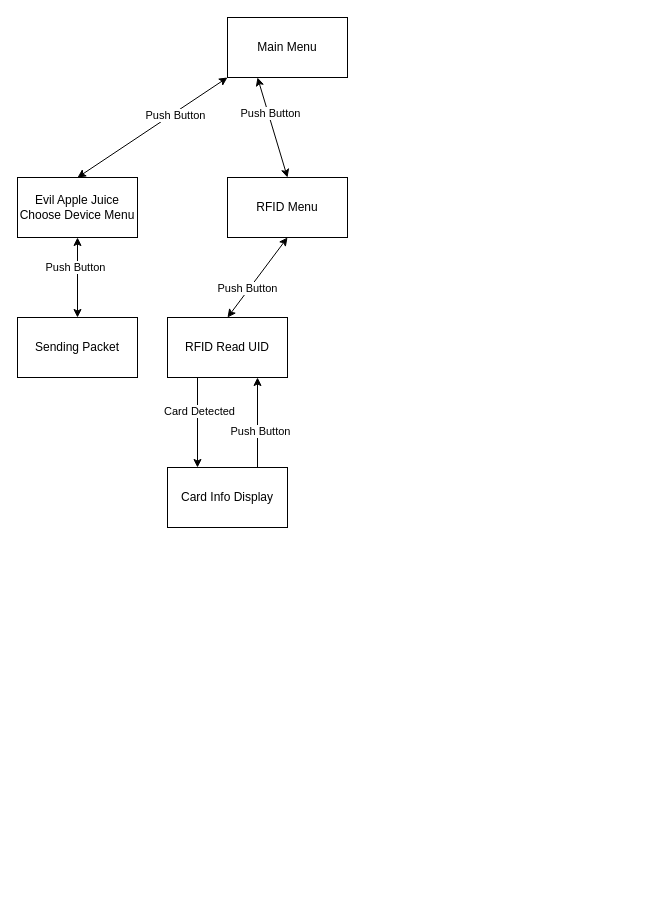
Before: 未命名绘图.drawio in KILLERWHOPPER/CyberSaber, a draw.io diagram. Source tidied: cells renumbered, new cells numbered last; positions are measured from the earlier drawing's top-left corner, leaving out a move shared by most shapes. Both pictures are drawn from the tidied source at 100%, with x=0, y=0 at pixel (17, 17).
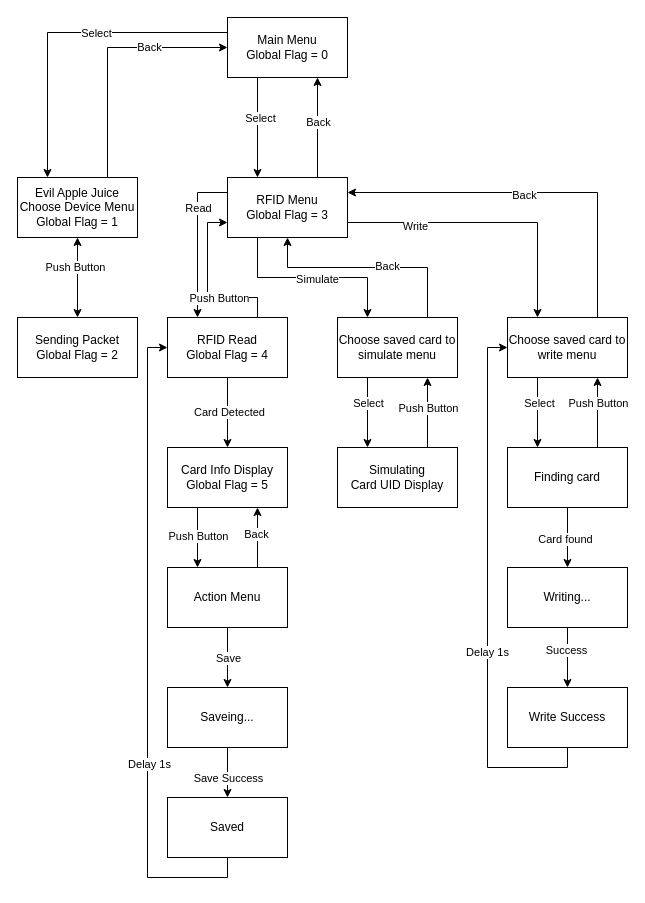
The same diagram, later.

Commit message:
update ui flow chart

Diff of the diagram source:
```diff
@@
+    <mxCell id="20" style="edgeStyle=orthogonalEdgeStyle;rounded=0;jettySize=auto;html=1;exitX=0;exitY=0.25;exitDx=0;exitDy=0;entryX=0.25;entryY=0;entryDx=0;entryDy=0;" parent="1" edge="1" source="2" target="3">
+      <mxGeometry relative="1" as="geometry" />
+    </mxCell>
+    <mxCell id="21" value="Select" style="edgeLabel;html=1;align=center;verticalAlign=middle;" parent="20" vertex="1">
+      <mxGeometry x="-0.19" y="1" relative="1" as="geometry" />
+    </mxCell>
+    <mxCell id="22" style="edgeStyle=orthogonalEdgeStyle;rounded=0;jettySize=auto;html=1;exitX=0.25;exitY=1;exitDx=0;exitDy=0;entryX=0.25;entryY=0;entryDx=0;entryDy=0;" parent="1" edge="1" source="2" target="5">
+      <mxGeometry relative="1" as="geometry" />
+    </mxCell>
+    <mxCell id="23" value="Select" style="edgeLabel;html=1;align=center;verticalAlign=middle;" parent="22" vertex="1">
+      <mxGeometry x="-0.23" y="2" relative="1" as="geometry">
+        <mxPoint y="1" as="offset" />
+      </mxGeometry>
+    </mxCell>
-    <mxCell id="2" value="Main Menu" style="rounded=0;whiteSpace=wrap;html=1;" parent="1" vertex="1">
+    <mxCell id="2" value="Main Menu&lt;br&gt;Global Flag = 0" style="rounded=0;whiteSpace=wrap;html=1;" parent="1" vertex="1">
       <mxGeometry x="210" width="120" height="60" as="geometry" />
     </mxCell>
+    <mxCell id="6" style="edgeStyle=orthogonalEdgeStyle;rounded=0;jettySize=auto;html=1;exitX=0.75;exitY=0;exitDx=0;exitDy=0;entryX=0;entryY=0.5;entryDx=0;entryDy=0;" parent="1" edge="1" source="3" target="2">
+      <mxGeometry relative="1" as="geometry" />
+    </mxCell>
+    <mxCell id="24" value="Back" style="edgeLabel;html=1;align=center;verticalAlign=middle;" parent="6" vertex="1">
+      <mxGeometry x="0.37" y="1" relative="1" as="geometry" />
+    </mxCell>
-    <mxCell id="3" value="Evil Apple Juice&lt;br&gt;Choose Device Menu" style="rounded=0;whiteSpace=wrap;html=1;" parent="1" vertex="1">
+    <mxCell id="3" value="Evil Apple Juice&lt;br&gt;Choose Device Menu&lt;br&gt;Global Flag = 1" style="rounded=0;whiteSpace=wrap;html=1;" parent="1" vertex="1">
       <mxGeometry y="160" width="120" height="60" as="geometry" />
     </mxCell>
-    <mxCell id="4" value="Sending Packet" style="rounded=0;whiteSpace=wrap;html=1;" parent="1" vertex="1">
+    <mxCell id="4" value="Sending Packet&lt;br&gt;Global Flag = 2" style="rounded=0;whiteSpace=wrap;html=1;" parent="1" vertex="1">
       <mxGeometry y="300" width="120" height="60" as="geometry" />
     </mxCell>
+    <mxCell id="10" style="edgeStyle=orthogonalEdgeStyle;rounded=0;jettySize=auto;html=1;exitX=0.75;exitY=0;exitDx=0;exitDy=0;entryX=0.75;entryY=1;entryDx=0;entryDy=0;" parent="1" edge="1" source="5" target="2">
+      <mxGeometry relative="1" as="geometry" />
+    </mxCell>
+    <mxCell id="25" value="Back" style="edgeLabel;html=1;align=center;verticalAlign=middle;" parent="10" vertex="1">
+      <mxGeometry x="0.11" y="4" relative="1" as="geometry">
+        <mxPoint x="4" as="offset" />
+      </mxGeometry>
+    </mxCell>
+    <mxCell id="15" style="edgeStyle=orthogonalEdgeStyle;rounded=0;jettySize=auto;html=1;exitX=0;exitY=0.25;exitDx=0;exitDy=0;entryX=0.25;entryY=0;entryDx=0;entryDy=0;" parent="1" edge="1" source="5" target="14">
+      <mxGeometry relative="1" as="geometry" />
+    </mxCell>
+    <mxCell id="26" value="Read" style="edgeLabel;html=1;align=center;verticalAlign=middle;" parent="15" vertex="1">
+      <mxGeometry x="0.27" relative="1" as="geometry">
+        <mxPoint y="-53" as="offset" />
+      </mxGeometry>
+    </mxCell>
+    <mxCell id="27" style="edgeStyle=orthogonalEdgeStyle;rounded=0;jettySize=auto;html=1;exitX=0.25;exitY=1;exitDx=0;exitDy=0;entryX=0.25;entryY=0;entryDx=0;entryDy=0;" parent="1" edge="1" source="5" target="50">
+      <mxGeometry relative="1" as="geometry">
+        <Array as="points">
+          <mxPoint x="240" y="260" />
+          <mxPoint x="350" y="260" />
+        </Array>
+      </mxGeometry>
+    </mxCell>
+    <mxCell id="28" value="Simulate" style="edgeLabel;html=1;align=center;verticalAlign=middle;" parent="27" vertex="1">
+      <mxGeometry x="0.13" y="-1" relative="1" as="geometry">
+        <mxPoint x="-8" as="offset" />
+      </mxGeometry>
+    </mxCell>
+    <mxCell id="29" style="edgeStyle=orthogonalEdgeStyle;rounded=0;jettySize=auto;html=1;exitX=1;exitY=0.75;exitDx=0;exitDy=0;entryX=0.25;entryY=0;entryDx=0;entryDy=0;" parent="1" edge="1" source="5" target="58">
+      <mxGeometry relative="1" as="geometry" />
+    </mxCell>
+    <mxCell id="30" value="Write" style="edgeLabel;html=1;align=center;verticalAlign=middle;" parent="29" vertex="1">
+      <mxGeometry x="-0.53" y="-3" relative="1" as="geometry" />
+    </mxCell>
-    <mxCell id="5" value="RFID Menu" style="rounded=0;whiteSpace=wrap;html=1;" parent="1" vertex="1">
+    <mxCell id="5" value="RFID Menu&lt;br&gt;Global Flag = 3" style="rounded=0;whiteSpace=wrap;html=1;" parent="1" vertex="1">
       <mxGeometry x="210" y="160" width="120" height="60" as="geometry" />
     </mxCell>
-    <mxCell id="6" style="endArrow=classic;startArrow=classic;html=1;rounded=0;exitX=0.5;exitY=0;exitDx=0;exitDy=0;entryX=0;entryY=1;entryDx=0;entryDy=0;" parent="1" edge="1" source="3" target="2">
-      <mxGeometry relative="1" as="geometry" />
-    </mxCell>
-    <mxCell id="7" value="Push Button" style="edgeLabel;html=1;align=center;verticalAlign=middle;" parent="6" vertex="1">
-      <mxGeometry x="0.29" y="-2" relative="1" as="geometry" />
-    </mxCell>
@@
-    <mxCell id="10" style="endArrow=classic;startArrow=classic;html=1;rounded=0;exitX=0.5;exitY=0;exitDx=0;exitDy=0;entryX=0.25;entryY=1;entryDx=0;entryDy=0;" parent="1" edge="1" source="5" target="2">
-      <mxGeometry relative="1" as="geometry" />
-    </mxCell>
-    <mxCell id="11" value="Push Button" style="edgeLabel;html=1;align=center;verticalAlign=middle;" parent="10" vertex="1">
-      <mxGeometry x="0.29" y="-2" relative="1" as="geometry" />
-    </mxCell>
-    <mxCell id="12" style="edgeStyle=orthogonalEdgeStyle;rounded=0;jettySize=auto;html=1;exitX=0.25;exitY=1;exitDx=0;exitDy=0;entryX=0.25;entryY=0;entryDx=0;entryDy=0;" parent="1" edge="1" source="14" target="19">
+    <mxCell id="12" style="edgeStyle=orthogonalEdgeStyle;rounded=0;jettySize=auto;html=1;entryX=0.5;entryY=0;entryDx=0;entryDy=0;exitX=0.5;exitY=1;exitDx=0;exitDy=0;" parent="1" edge="1" source="14" target="19">
       <mxGeometry relative="1" as="geometry" />
     </mxCell>
     <mxCell id="13" value="Card Detected" style="edgeLabel;html=1;align=center;verticalAlign=middle;" parent="12" vertex="1">
       <mxGeometry x="-0.45" y="1" relative="1" as="geometry">
-        <mxPoint y="8" as="offset" />
+        <mxPoint y="15" as="offset" />
       </mxGeometry>
     </mxCell>
+    <mxCell id="31" style="edgeStyle=orthogonalEdgeStyle;rounded=0;jettySize=auto;html=1;exitX=0.75;exitY=0;exitDx=0;exitDy=0;entryX=0;entryY=0.75;entryDx=0;entryDy=0;" parent="1" edge="1" source="14" target="5">
+      <mxGeometry relative="1" as="geometry">
+        <Array as="points">
+          <mxPoint x="240" y="280" />
+          <mxPoint x="190" y="280" />
+          <mxPoint x="190" y="205" />
+        </Array>
+      </mxGeometry>
+    </mxCell>
+    <mxCell id="32" value="Push Button" style="edgeLabel;html=1;align=center;verticalAlign=middle;" parent="31" vertex="1">
+      <mxGeometry x="-0.15" y="-1" relative="1" as="geometry">
+        <mxPoint x="10" as="offset" />
+      </mxGeometry>
+    </mxCell>
-    <mxCell id="14" value="RFID Read UID" style="rounded=0;whiteSpace=wrap;html=1;" parent="1" vertex="1">
+    <mxCell id="14" value="RFID Read&lt;br&gt;Global Flag = 4" style="rounded=0;whiteSpace=wrap;html=1;" parent="1" vertex="1">
       <mxGeometry x="150" y="300" width="120" height="60" as="geometry" />
     </mxCell>
-    <mxCell id="15" style="endArrow=classic;startArrow=classic;html=1;rounded=0;exitX=0.5;exitY=1;exitDx=0;exitDy=0;entryX=0.5;entryY=0;entryDx=0;entryDy=0;" parent="1" edge="1" source="5" target="14">
-      <mxGeometry relative="1" as="geometry" />
-    </mxCell>
-    <mxCell id="16" value="Push Button" style="edgeLabel;html=1;align=center;verticalAlign=middle;" parent="15" vertex="1">
-      <mxGeometry x="0.29" y="-2" relative="1" as="geometry" />
-    </mxCell>
-    <mxCell id="17" style="edgeStyle=orthogonalEdgeStyle;rounded=0;jettySize=auto;html=1;exitX=0.75;exitY=0;exitDx=0;exitDy=0;entryX=0.75;entryY=1;entryDx=0;entryDy=0;" parent="1" edge="1" source="19" target="14">
-      <mxGeometry relative="1" as="geometry" />
-    </mxCell>
-    <mxCell id="18" value="Push Button" style="edgeLabel;html=1;align=center;verticalAlign=middle;" parent="17" vertex="1">
-      <mxGeometry x="0.42" y="-2" relative="1" as="geometry">
-        <mxPoint y="27" as="offset" />
-      </mxGeometry>
-    </mxCell>
+    <mxCell id="33" style="edgeStyle=orthogonalEdgeStyle;rounded=0;jettySize=auto;html=1;exitX=0.25;exitY=1;exitDx=0;exitDy=0;entryX=0.25;entryY=0;entryDx=0;entryDy=0;" parent="1" edge="1" source="19" target="39">
+      <mxGeometry relative="1" as="geometry" />
+    </mxCell>
+    <mxCell id="34" value="Push Button" style="edgeLabel;html=1;align=center;verticalAlign=middle;" parent="33" vertex="1">
+      <mxGeometry x="-0.08" relative="1" as="geometry" />
+    </mxCell>
-    <mxCell id="19" value="Card Info Display" style="rounded=0;whiteSpace=wrap;html=1;" parent="1" vertex="1">
-      <mxGeometry x="150" y="450" width="120" height="60" as="geometry" />
+    <mxCell id="19" value="Card Info Display&lt;br&gt;Global Flag = 5" style="rounded=0;whiteSpace=wrap;html=1;" parent="1" vertex="1">
+      <mxGeometry x="150" y="430" width="120" height="60" as="geometry" />
     </mxCell>
+    <mxCell id="35" style="edgeStyle=orthogonalEdgeStyle;rounded=0;jettySize=auto;html=1;exitX=0.75;exitY=0;exitDx=0;exitDy=0;entryX=0.75;entryY=1;entryDx=0;entryDy=0;" parent="1" edge="1" source="39" target="19">
+      <mxGeometry relative="1" as="geometry" />
+    </mxCell>
+    <mxCell id="36" value="Back" style="edgeLabel;html=1;align=center;verticalAlign=middle;" parent="35" vertex="1">
+      <mxGeometry x="0.13" y="2" relative="1" as="geometry" />
+    </mxCell>
+    <mxCell id="37" style="edgeStyle=orthogonalEdgeStyle;rounded=0;jettySize=auto;html=1;exitX=0.5;exitY=1;exitDx=0;exitDy=0;entryX=0.5;entryY=0;entryDx=0;entryDy=0;" parent="1" edge="1" source="39" target="42">
+      <mxGeometry relative="1" as="geometry" />
+    </mxCell>
+    <mxCell id="38" value="Save" style="edgeLabel;html=1;align=center;verticalAlign=middle;" parent="37" vertex="1">
+      <mxGeometry x="0.24" y="-3" relative="1" as="geometry">
+        <mxPoint x="3" y="-7" as="offset" />
+      </mxGeometry>
+    </mxCell>
+    <mxCell id="39" value="Action Menu" style="whiteSpace=wrap;html=1;" parent="1" vertex="1">
+      <mxGeometry x="150" y="550" width="120" height="60" as="geometry" />
+    </mxCell>
+    <mxCell id="40" style="edgeStyle=orthogonalEdgeStyle;rounded=0;jettySize=auto;html=1;exitX=0.5;exitY=1;exitDx=0;exitDy=0;" parent="1" edge="1" source="42" target="45">
+      <mxGeometry relative="1" as="geometry" />
+    </mxCell>
+    <mxCell id="41" value="Save Success" style="edgeLabel;html=1;align=center;verticalAlign=middle;" parent="40" vertex="1">
+      <mxGeometry x="-0.47" y="-3" relative="1" as="geometry">
+        <mxPoint x="3" y="17" as="offset" />
+      </mxGeometry>
+    </mxCell>
+    <mxCell id="42" value="Saveing..." style="rounded=0;whiteSpace=wrap;html=1;" parent="1" vertex="1">
+      <mxGeometry x="150" y="670" width="120" height="60" as="geometry" />
+    </mxCell>
+    <mxCell id="43" style="edgeStyle=orthogonalEdgeStyle;rounded=0;jettySize=auto;html=1;exitX=0.5;exitY=1;exitDx=0;exitDy=0;entryX=0;entryY=0.5;entryDx=0;entryDy=0;" parent="1" edge="1" source="45" target="14">
+      <mxGeometry relative="1" as="geometry" />
+    </mxCell>
+    <mxCell id="44" value="Delay 1s" style="edgeLabel;html=1;align=center;verticalAlign=middle;" parent="43" vertex="1">
+      <mxGeometry x="-0.34" y="-1" relative="1" as="geometry" />
+    </mxCell>
+    <mxCell id="45" value="Saved" style="rounded=0;whiteSpace=wrap;html=1;" parent="1" vertex="1">
+      <mxGeometry x="150" y="780" width="120" height="60" as="geometry" />
+    </mxCell>
+    <mxCell id="46" style="edgeStyle=orthogonalEdgeStyle;rounded=0;jettySize=auto;html=1;exitX=0.75;exitY=0;exitDx=0;exitDy=0;entryX=0.5;entryY=1;entryDx=0;entryDy=0;" parent="1" edge="1" source="50" target="5">
+      <mxGeometry relative="1" as="geometry">
+        <Array as="points">
+          <mxPoint x="410" y="250" />
+          <mxPoint x="270" y="250" />
+        </Array>
+      </mxGeometry>
+    </mxCell>
+    <mxCell id="47" value="Back" style="edgeLabel;html=1;align=center;verticalAlign=middle;" parent="46" vertex="1">
+      <mxGeometry x="-0.17" y="-2" relative="1" as="geometry" />
+    </mxCell>
+    <mxCell id="48" style="edgeStyle=orthogonalEdgeStyle;rounded=0;jettySize=auto;html=1;exitX=0.25;exitY=1;exitDx=0;exitDy=0;entryX=0.25;entryY=0;entryDx=0;entryDy=0;" parent="1" edge="1" source="50" target="53">
+      <mxGeometry relative="1" as="geometry" />
+    </mxCell>
+    <mxCell id="49" value="Select" style="edgeLabel;html=1;align=center;verticalAlign=middle;" parent="48" vertex="1">
+      <mxGeometry x="-0.28" relative="1" as="geometry" />
+    </mxCell>
+    <mxCell id="50" value="Choose saved card to simulate menu" style="rounded=0;whiteSpace=wrap;html=1;" parent="1" vertex="1">
+      <mxGeometry x="320" y="300" width="120" height="60" as="geometry" />
+    </mxCell>
+    <mxCell id="51" style="edgeStyle=orthogonalEdgeStyle;rounded=0;jettySize=auto;html=1;exitX=0.75;exitY=0;exitDx=0;exitDy=0;entryX=0.75;entryY=1;entryDx=0;entryDy=0;" parent="1" edge="1" source="53" target="50">
+      <mxGeometry relative="1" as="geometry" />
+    </mxCell>
+    <mxCell id="52" value="Push Button" style="edgeLabel;html=1;align=center;verticalAlign=middle;" parent="51" vertex="1">
+      <mxGeometry x="0.34" relative="1" as="geometry">
+        <mxPoint y="7" as="offset" />
+      </mxGeometry>
+    </mxCell>
+    <mxCell id="53" value="Simulating&lt;br&gt;Card UID Display" style="rounded=0;whiteSpace=wrap;html=1;" parent="1" vertex="1">
+      <mxGeometry x="320" y="430" width="120" height="60" as="geometry" />
+    </mxCell>
+    <mxCell id="54" style="edgeStyle=orthogonalEdgeStyle;rounded=0;jettySize=auto;html=1;exitX=0.75;exitY=0;exitDx=0;exitDy=0;entryX=1;entryY=0.25;entryDx=0;entryDy=0;" parent="1" edge="1" source="58" target="5">
+      <mxGeometry relative="1" as="geometry" />
+    </mxCell>
+    <mxCell id="55" value="Back" style="edgeLabel;html=1;align=center;verticalAlign=middle;" parent="54" vertex="1">
+      <mxGeometry x="0.06" y="2" relative="1" as="geometry" />
+    </mxCell>
+    <mxCell id="56" style="edgeStyle=orthogonalEdgeStyle;rounded=0;jettySize=auto;html=1;exitX=0.25;exitY=1;exitDx=0;exitDy=0;entryX=0.25;entryY=0;entryDx=0;entryDy=0;" parent="1" edge="1" source="58" target="63">
+      <mxGeometry relative="1" as="geometry" />
+    </mxCell>
+    <mxCell id="57" value="Select" style="edgeLabel;html=1;align=center;verticalAlign=middle;" parent="56" vertex="1">
+      <mxGeometry x="-0.28" y="1" relative="1" as="geometry" />
+    </mxCell>
+    <mxCell id="58" value="Choose saved card to write menu" style="rounded=0;whiteSpace=wrap;html=1;" parent="1" vertex="1">
+      <mxGeometry x="490" y="300" width="120" height="60" as="geometry" />
+    </mxCell>
+    <mxCell id="59" style="edgeStyle=orthogonalEdgeStyle;rounded=0;jettySize=auto;html=1;exitX=0.75;exitY=0;exitDx=0;exitDy=0;entryX=0.75;entryY=1;entryDx=0;entryDy=0;" parent="1" edge="1" source="63" target="58">
+      <mxGeometry relative="1" as="geometry" />
+    </mxCell>
+    <mxCell id="60" value="Push Button" style="edgeLabel;html=1;align=center;verticalAlign=middle;" parent="59" vertex="1">
+      <mxGeometry x="0.28" relative="1" as="geometry" />
+    </mxCell>
+    <mxCell id="61" style="edgeStyle=orthogonalEdgeStyle;rounded=0;jettySize=auto;html=1;exitX=0.5;exitY=1;exitDx=0;exitDy=0;entryX=0.5;entryY=0;entryDx=0;entryDy=0;" parent="1" edge="1" source="63" target="66">
+      <mxGeometry relative="1" as="geometry" />
+    </mxCell>
+    <mxCell id="62" value="Card found" style="edgeLabel;html=1;align=center;verticalAlign=middle;" parent="61" vertex="1">
+      <mxGeometry x="-0.35" y="-3" relative="1" as="geometry">
+        <mxPoint y="11" as="offset" />
+      </mxGeometry>
+    </mxCell>
+    <mxCell id="63" value="Finding card" style="rounded=0;whiteSpace=wrap;html=1;" parent="1" vertex="1">
+      <mxGeometry x="490" y="430" width="120" height="60" as="geometry" />
+    </mxCell>
+    <mxCell id="64" style="edgeStyle=orthogonalEdgeStyle;rounded=0;jettySize=auto;html=1;exitX=0.5;exitY=1;exitDx=0;exitDy=0;entryX=0.5;entryY=0;entryDx=0;entryDy=0;" parent="1" edge="1" source="66" target="69">
+      <mxGeometry relative="1" as="geometry" />
+    </mxCell>
+    <mxCell id="65" value="Success" style="edgeLabel;html=1;align=center;verticalAlign=middle;" parent="64" vertex="1">
+      <mxGeometry x="-0.27" y="-2" relative="1" as="geometry" />
+    </mxCell>
+    <mxCell id="66" value="Writing..." style="rounded=0;whiteSpace=wrap;html=1;" parent="1" vertex="1">
+      <mxGeometry x="490" y="550" width="120" height="60" as="geometry" />
+    </mxCell>
+    <mxCell id="67" style="edgeStyle=orthogonalEdgeStyle;rounded=0;jettySize=auto;html=1;exitX=0.5;exitY=1;exitDx=0;exitDy=0;entryX=0;entryY=0.5;entryDx=0;entryDy=0;" parent="1" edge="1" source="69" target="58">
+      <mxGeometry relative="1" as="geometry" />
+    </mxCell>
+    <mxCell id="68" value="Delay 1s" style="edgeLabel;html=1;align=center;verticalAlign=middle;" parent="67" vertex="1">
+      <mxGeometry x="-0.2" y="1" relative="1" as="geometry" />
+    </mxCell>
+    <mxCell id="69" value="Write Success" style="rounded=0;whiteSpace=wrap;html=1;" parent="1" vertex="1">
+      <mxGeometry x="490" y="670" width="120" height="60" as="geometry" />
+    </mxCell>
```
